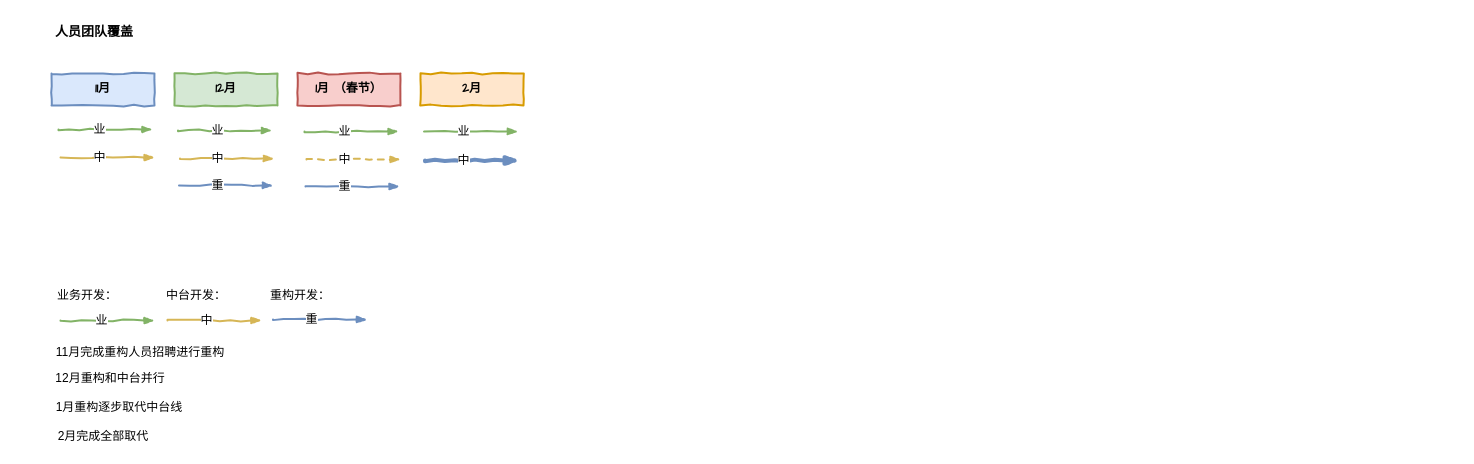
Above: 推圈.drawio in chenyz/EGOTableViewPullRefresh (draw.io), before the change. Source tidied: cells renumbered, new cells numbered last; positions are measured from the earlier drawing's top-left corner, leaving out a move shared by most shapes. Both pictures are drawn from the tidied source at 100%, with x=0, y=0 at pixel (16, 21).
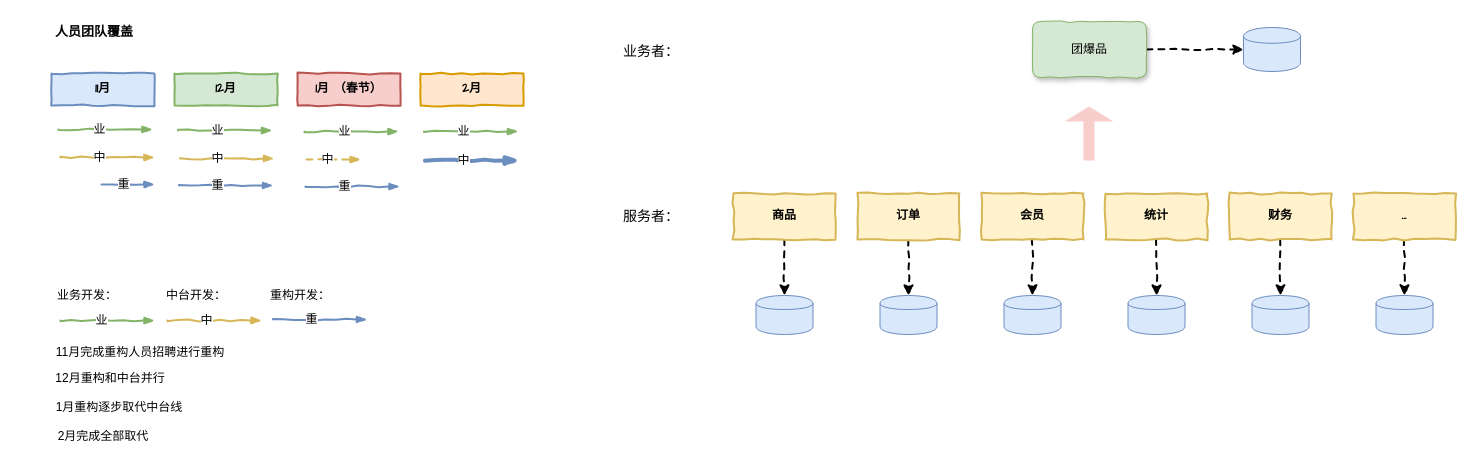
The same diagram, later.

Diff of the diagram source:
```diff
@@
     <mxCell id="19" style="rounded=0;comic=1;strokeWidth=2;endArrow=blockThin;html=1;fontFamily=Comic Sans MS;fontStyle=1;fillColor=#fff2cc;strokeColor=#d6b656;align=center;dashed=1;" parent="1" edge="1">
       <mxGeometry relative="1" as="geometry">
         <mxPoint x="290" y="138" as="sourcePoint" />
-        <mxPoint x="384" y="138" as="targetPoint" />
+        <mxPoint x="344" y="138" as="targetPoint" />
       </mxGeometry>
     </mxCell>
@@
+    <mxCell id="40" style="rounded=0;comic=1;strokeWidth=2;endArrow=blockThin;html=1;fontFamily=Comic Sans MS;fontStyle=1;fillColor=#dae8fc;strokeColor=#6c8ebf;align=center;" parent="1" edge="1">
+      <mxGeometry relative="1" as="geometry">
+        <mxPoint x="85" y="163" as="sourcePoint" />
+        <mxPoint x="138" y="163" as="targetPoint" />
+      </mxGeometry>
+    </mxCell>
+    <mxCell id="41" value="重" style="text;html=1;align=center;verticalAlign=middle;labelBackgroundColor=#ffffff;" parent="40" vertex="1">
+      <mxGeometry x="-0.15" y="1" relative="1" as="geometry">
+        <mxPoint x="-2" as="offset" />
+      </mxGeometry>
+    </mxCell>
+    <mxCell id="42" style="edgeStyle=orthogonalEdgeStyle;rounded=0;comic=1;jettySize=auto;html=1;exitX=1;exitY=0.5;exitDx=0;exitDy=0;entryX=0;entryY=0.5;entryDx=0;entryDy=0;dashed=1;strokeWidth=2;align=center;" parent="1" edge="1" source="43" target="62">
+      <mxGeometry relative="1" as="geometry" />
+    </mxCell>
+    <mxCell id="43" value="团爆品" style="rounded=1;whiteSpace=wrap;html=1;shadow=1;comic=1;fillColor=#d5e8d4;strokeColor=#82b366;align=center;" parent="1" vertex="1">
+      <mxGeometry x="1016" width="114" height="56" as="geometry" />
+    </mxCell>
+    <mxCell id="44" style="edgeStyle=orthogonalEdgeStyle;rounded=0;jettySize=auto;html=1;exitX=0.5;exitY=1;exitDx=0;exitDy=0;entryX=0.5;entryY=0;entryDx=0;entryDy=0;dashed=1;strokeWidth=2;align=center;comic=1;" parent="1" edge="1" source="45" target="56">
+      <mxGeometry relative="1" as="geometry" />
+    </mxCell>
+    <mxCell id="45" value="商品" style="html=1;whiteSpace=wrap;comic=1;strokeWidth=2;fontFamily=Comic Sans MS;fontStyle=1;align=center;fillColor=#fff2cc;strokeColor=#d6b656;" parent="1" vertex="1">
+      <mxGeometry x="717" y="172" width="102" height="46" as="geometry" />
+    </mxCell>
+    <mxCell id="46" style="edgeStyle=orthogonalEdgeStyle;rounded=0;comic=1;jettySize=auto;html=1;exitX=0.5;exitY=1;exitDx=0;exitDy=0;entryX=0.5;entryY=0;entryDx=0;entryDy=0;dashed=1;strokeWidth=2;align=center;" parent="1" edge="1" source="47" target="57">
+      <mxGeometry relative="1" as="geometry" />
+    </mxCell>
+    <mxCell id="47" value="订单" style="html=1;whiteSpace=wrap;comic=1;strokeWidth=2;fontFamily=Comic Sans MS;fontStyle=1;align=center;fillColor=#fff2cc;strokeColor=#d6b656;" parent="1" vertex="1">
+      <mxGeometry x="841" y="172" width="102" height="46" as="geometry" />
+    </mxCell>
+    <mxCell id="48" style="edgeStyle=orthogonalEdgeStyle;rounded=0;comic=1;jettySize=auto;html=1;exitX=0.5;exitY=1;exitDx=0;exitDy=0;entryX=0.5;entryY=0;entryDx=0;entryDy=0;dashed=1;strokeWidth=2;align=center;" parent="1" edge="1" source="49" target="58">
+      <mxGeometry relative="1" as="geometry" />
+    </mxCell>
+    <mxCell id="49" value="会员" style="html=1;whiteSpace=wrap;comic=1;strokeWidth=2;fontFamily=Comic Sans MS;fontStyle=1;align=center;fillColor=#fff2cc;strokeColor=#d6b656;" parent="1" vertex="1">
+      <mxGeometry x="965" y="172" width="102" height="46" as="geometry" />
+    </mxCell>
+    <mxCell id="50" style="edgeStyle=orthogonalEdgeStyle;rounded=0;comic=1;jettySize=auto;html=1;exitX=0.5;exitY=1;exitDx=0;exitDy=0;entryX=0.5;entryY=0;entryDx=0;entryDy=0;dashed=1;strokeWidth=2;align=center;" parent="1" edge="1" source="51" target="59">
+      <mxGeometry relative="1" as="geometry" />
+    </mxCell>
+    <mxCell id="51" value="统计" style="html=1;whiteSpace=wrap;comic=1;strokeWidth=2;fontFamily=Comic Sans MS;fontStyle=1;align=center;fillColor=#fff2cc;strokeColor=#d6b656;" parent="1" vertex="1">
+      <mxGeometry x="1089" y="172" width="102" height="46" as="geometry" />
+    </mxCell>
+    <mxCell id="52" style="edgeStyle=orthogonalEdgeStyle;rounded=0;comic=1;jettySize=auto;html=1;exitX=0.5;exitY=1;exitDx=0;exitDy=0;entryX=0.5;entryY=0;entryDx=0;entryDy=0;dashed=1;strokeWidth=2;align=center;" parent="1" edge="1" source="53" target="60">
+      <mxGeometry relative="1" as="geometry" />
+    </mxCell>
+    <mxCell id="53" value="财务" style="html=1;whiteSpace=wrap;comic=1;strokeWidth=2;fontFamily=Comic Sans MS;fontStyle=1;align=center;fillColor=#fff2cc;strokeColor=#d6b656;" parent="1" vertex="1">
+      <mxGeometry x="1213" y="172" width="102" height="46" as="geometry" />
+    </mxCell>
+    <mxCell id="54" style="edgeStyle=orthogonalEdgeStyle;rounded=0;comic=1;jettySize=auto;html=1;exitX=0.5;exitY=1;exitDx=0;exitDy=0;entryX=0.5;entryY=0;entryDx=0;entryDy=0;dashed=1;strokeWidth=2;align=center;" parent="1" edge="1" source="55" target="61">
+      <mxGeometry relative="1" as="geometry" />
+    </mxCell>
+    <mxCell id="55" value="..." style="html=1;whiteSpace=wrap;comic=1;strokeWidth=2;fontFamily=Comic Sans MS;fontStyle=1;align=center;fillColor=#fff2cc;strokeColor=#d6b656;" parent="1" vertex="1">
+      <mxGeometry x="1337" y="172" width="102" height="46" as="geometry" />
+    </mxCell>
+    <mxCell id="56" style="shape=cylinder;whiteSpace=wrap;html=1;boundedLbl=1;backgroundOutline=1;align=center;fillColor=#dae8fc;strokeColor=#6c8ebf;" parent="1" vertex="1">
+      <mxGeometry x="739.5" y="274" width="57" height="39" as="geometry" />
+    </mxCell>
+    <mxCell id="57" style="shape=cylinder;whiteSpace=wrap;html=1;boundedLbl=1;backgroundOutline=1;align=center;fillColor=#dae8fc;strokeColor=#6c8ebf;" parent="1" vertex="1">
+      <mxGeometry x="863.5" y="274" width="57" height="39" as="geometry" />
+    </mxCell>
+    <mxCell id="58" style="shape=cylinder;whiteSpace=wrap;html=1;boundedLbl=1;backgroundOutline=1;align=center;fillColor=#dae8fc;strokeColor=#6c8ebf;" parent="1" vertex="1">
+      <mxGeometry x="987.5" y="274" width="57" height="39" as="geometry" />
+    </mxCell>
+    <mxCell id="59" style="shape=cylinder;whiteSpace=wrap;html=1;boundedLbl=1;backgroundOutline=1;align=center;fillColor=#dae8fc;strokeColor=#6c8ebf;" parent="1" vertex="1">
+      <mxGeometry x="1111.5" y="274" width="57" height="39" as="geometry" />
+    </mxCell>
+    <mxCell id="60" style="shape=cylinder;whiteSpace=wrap;html=1;boundedLbl=1;backgroundOutline=1;align=center;fillColor=#dae8fc;strokeColor=#6c8ebf;" parent="1" vertex="1">
+      <mxGeometry x="1235.5" y="274" width="57" height="39" as="geometry" />
+    </mxCell>
+    <mxCell id="61" style="shape=cylinder;whiteSpace=wrap;html=1;boundedLbl=1;backgroundOutline=1;align=center;fillColor=#dae8fc;strokeColor=#6c8ebf;" parent="1" vertex="1">
+      <mxGeometry x="1359.5" y="274" width="57" height="39" as="geometry" />
+    </mxCell>
+    <mxCell id="62" style="shape=cylinder;whiteSpace=wrap;html=1;boundedLbl=1;backgroundOutline=1;align=center;fillColor=#dae8fc;strokeColor=#6c8ebf;" parent="1" vertex="1">
+      <mxGeometry x="1227" y="6" width="57" height="44" as="geometry" />
+    </mxCell>
+    <mxCell id="63" style="shape=flexArrow;endArrow=classic;html=1;dashed=1;strokeWidth=2;align=center;endWidth=36;endSize=4.33;fillColor=#f8cecc;strokeColor=none;" parent="1" edge="1">
+      <mxGeometry relative="1" as="geometry">
+        <mxPoint x="1072.5" y="140" as="sourcePoint" />
+        <mxPoint x="1072.5" y="84" as="targetPoint" />
+      </mxGeometry>
+    </mxCell>
+    <mxCell id="64" value="服务者：" style="text;html=1;strokeColor=none;fillColor=none;align=center;verticalAlign=middle;whiteSpace=wrap;rounded=0;fontSize=14;" parent="1" vertex="1">
+      <mxGeometry x="604" y="185" width="62" height="20" as="geometry" />
+    </mxCell>
+    <mxCell id="65" value="业务者：" style="text;html=1;strokeColor=none;fillColor=none;align=center;verticalAlign=middle;whiteSpace=wrap;rounded=0;fontSize=14;" parent="1" vertex="1">
+      <mxGeometry x="604" y="20" width="62" height="20" as="geometry" />
+    </mxCell>
```
